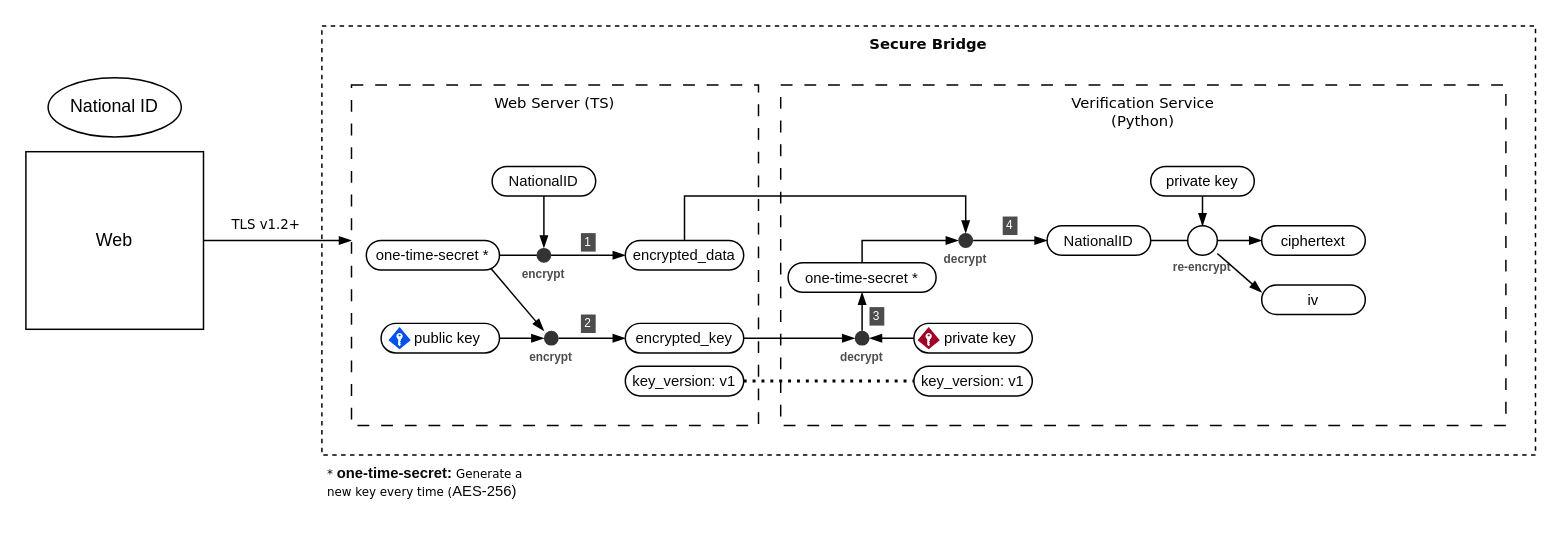
Earlier version of the draw.io diagram secure bridge.drawio (oskee121/Assignment-Secure-Bridge-Library-Apr-2026). Source tidied: cells renumbered, new cells numbered last; positions are measured from the earlier drawing's top-left corner, leaving out a move shared by most shapes. Both pictures are drawn from the tidied source at 148%, with x=0, y=0 at pixel (25, 25).
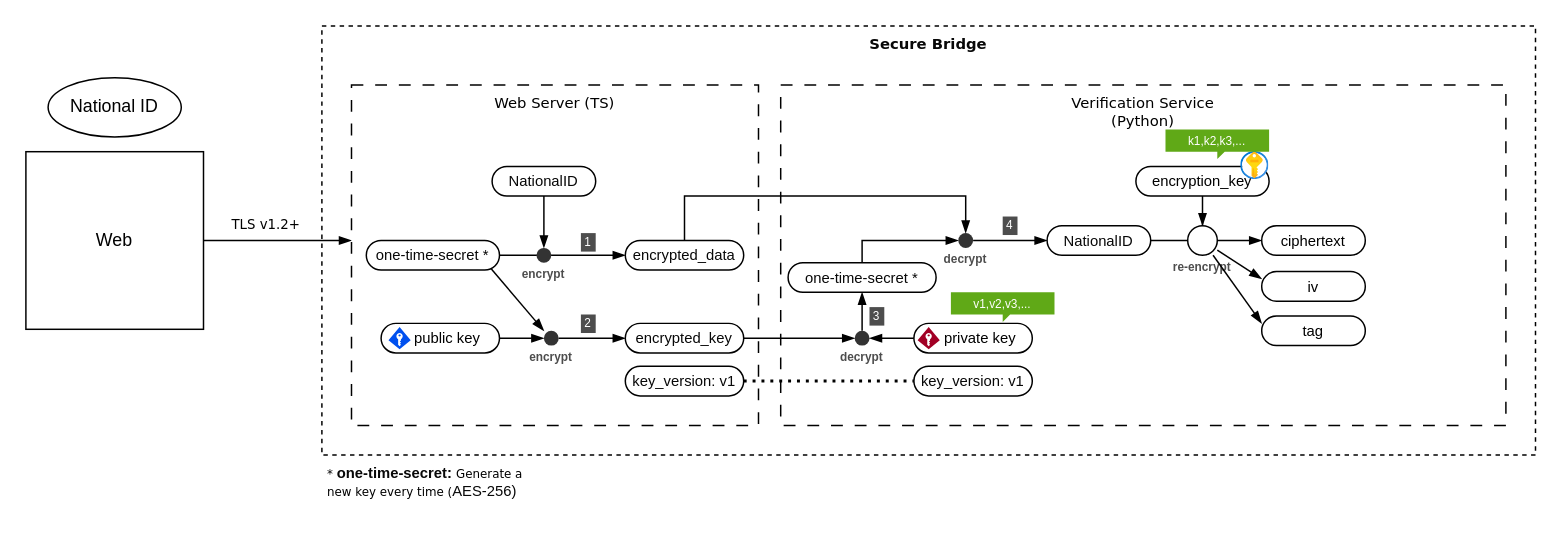
After the change.

Commit message (it also covers changes not shown here):
refactor: enhance private key management and update secure bridge diagram

The change refers to these unchanged cells:
```xml
<mxCell id="44" style="rounded=1;whiteSpace=wrap;html=1;arcSize=50;fontSize=10;labelBackgroundColor=none;" parent="1" vertex="1">
  <mxGeometry x="785" y="135" width="20" height="20" as="geometry" />
</mxCell>
```

Diff of the diagram source:
```diff
@@
+    <mxCell id="53" style="shape=connector;rounded=0;jettySize=auto;html=1;entryX=0;entryY=0.25;entryDx=0;entryDy=0;strokeColor=default;align=center;verticalAlign=middle;fontFamily=Helvetica;fontSize=11;fontColor=default;labelBackgroundColor=default;endArrow=blockThin;endFill=1;" parent="1" edge="1" source="44" target="54">
+      <mxGeometry relative="1" as="geometry" />
+    </mxCell>
@@
-    <mxCell id="46" value="private key" style="rounded=1;whiteSpace=wrap;html=1;arcSize=50;fontSize=10;labelBackgroundColor=none;" parent="1" vertex="1">
-      <mxGeometry x="760" y="95" width="70" height="20" as="geometry" />
+    <mxCell id="46" value="encryption_key" style="rounded=1;whiteSpace=wrap;html=1;arcSize=50;fontSize=10;labelBackgroundColor=none;" parent="1" vertex="1">
+      <mxGeometry x="750" y="95" width="90" height="20" as="geometry" />
     </mxCell>
     <mxCell id="47" value="iv" style="rounded=1;whiteSpace=wrap;html=1;arcSize=50;fontSize=10;labelBackgroundColor=none;" parent="1" vertex="1">
-      <mxGeometry x="835" y="175" width="70" height="20" as="geometry" />
+      <mxGeometry x="835" y="166" width="70" height="20" as="geometry" />
     </mxCell>
@@
+    <mxCell id="54" value="tag" style="rounded=1;whiteSpace=wrap;html=1;arcSize=50;fontSize=10;labelBackgroundColor=none;" parent="1" vertex="1">
+      <mxGeometry x="835" y="196" width="70" height="20" as="geometry" />
+    </mxCell>
+    <mxCell id="55" style="image;html=1;align=center;fontSize=12;image=img/lib/azure2/security/Key_Vaults.svg;fontFamily=Helvetica;fontColor=default;labelBackgroundColor=default;" parent="1" vertex="1">
+      <mxGeometry x="821" y="85" width="19" height="19" as="geometry" />
+    </mxCell>
+    <mxCell id="56" value="k1,k2,k3,..." style="shape=callout;whiteSpace=wrap;html=1;perimeter=calloutPerimeter;fontFamily=Helvetica;fontSize=8;fontColor=#ffffff;labelBackgroundColor=none;size=5;position=0.5;base=5;fillColor=#60a917;strokeColor=none;position2=0.5;" parent="1" vertex="1">
+      <mxGeometry x="770" y="70" width="70" height="20" as="geometry" />
+    </mxCell>
+    <mxCell id="57" value="v1,v2,v3,..." style="shape=callout;whiteSpace=wrap;html=1;perimeter=calloutPerimeter;fontFamily=Helvetica;fontSize=8;fontColor=#ffffff;labelBackgroundColor=none;size=5;position=0.5;base=5;fillColor=#60a917;strokeColor=none;position2=0.5;" parent="1" vertex="1">
+      <mxGeometry x="625" y="180" width="70" height="20" as="geometry" />
+    </mxCell>
```
